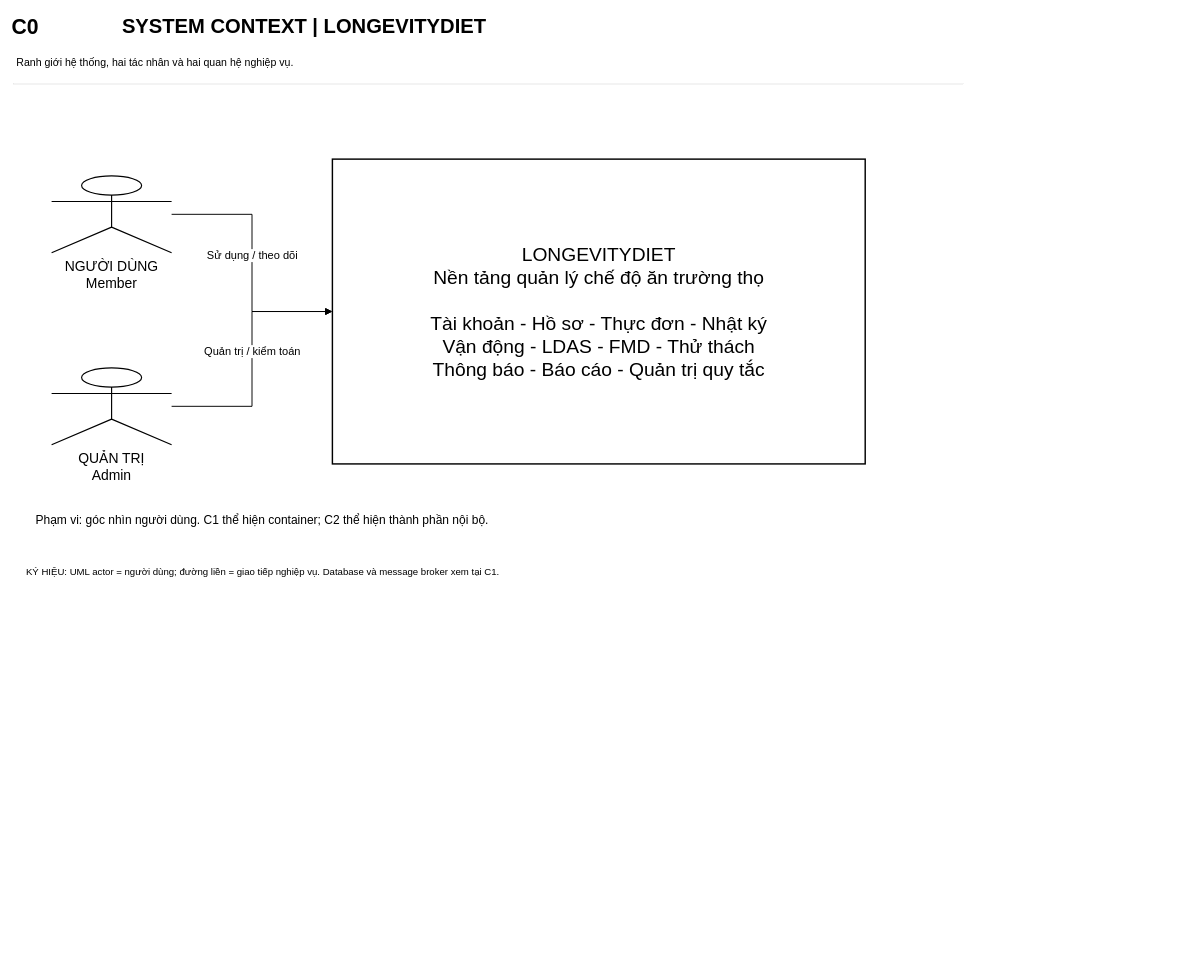
Above: docs/assignment/one-page/C0.drawio in YAHsaveme/FPTUSE_LongevityDiet (draw.io), before the change. Source tidied: cells renumbered, new cells numbered last; positions are measured from the earlier drawing's top-left corner, leaving out a move shared by most shapes. Both pictures are drawn from the tidied source at 48%, with x=0, y=0 at pixel (8, 8).
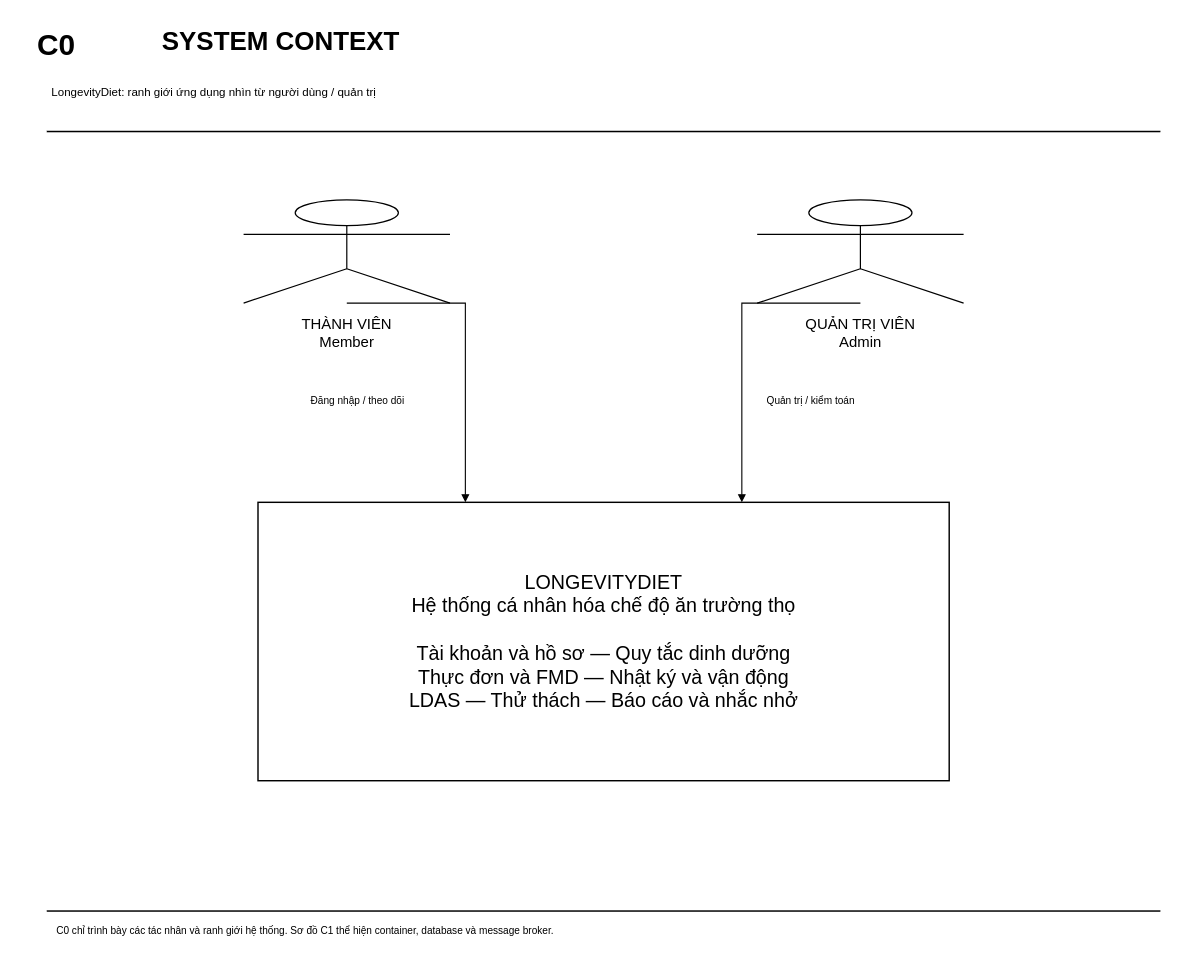
The same diagram, later.

Change to the diagram source:
```diff
@@
 <mxGraphModel>
   <root>
     <mxCell id="0" />
     <mxCell id="1" parent="0" />
+    <mxCell id="13" style="html=1;whiteSpace=wrap;rounded=0;strokeColor=#000000;strokeWidth=1.8;fillColor=#FFFFFF;fontColor=#000000;fontFamily=Arial;fontSize=27;align=center;verticalAlign=middle;spacing=10;fillColor=#000000;strokeWidth=0;" parent="1" vertex="1">
+      <mxGeometry x="80" y="255" width="2320" height="3" as="geometry" />
+    </mxCell>
+    <mxCell id="14" style="html=1;whiteSpace=wrap;rounded=0;strokeColor=#000000;strokeWidth=1.8;fillColor=#FFFFFF;fontColor=#000000;fontFamily=Arial;fontSize=27;align=center;verticalAlign=middle;spacing=10;fillColor=#000000;strokeWidth=0;" parent="1" vertex="1">
+      <mxGeometry x="80" y="1879" width="2320" height="3" as="geometry" />
+    </mxCell>
-    <mxCell id="2" value="Sử dụng / theo dõi" style="edgeStyle=orthogonalEdgeStyle;rounded=0;jettySize=auto;html=1;strokeColor=#000000;strokeWidth=2;endArrow=block;endFill=1;endSize=10;fontColor=#000000;fontFamily=Arial;fontSize=23;labelBackgroundColor=#FFFFFF;align=center;verticalAlign=middle;exitX=1;exitY=0.5;entryX=0;entryY=0.5;" parent="1" edge="1" source="8" target="10">
-      <mxGeometry relative="1" as="geometry">
-        <mxPoint y="-16" as="offset" />
-      </mxGeometry>
+    <mxCell id="2" style="edgeStyle=segmentEdgeStyle;orthogonal=1;rounded=0;html=1;strokeColor=#000000;strokeWidth=2.3;startArrow=none;endArrow=block;endFill=1;endSize=11;exitX=0.5;exitY=1;exitPerimeter=0;entryX=0.3;entryY=0;entryPerimeter=0;" parent="1" edge="1" source="8" target="10">
+      <mxGeometry relative="1" as="geometry" />
     </mxCell>
-    <mxCell id="3" value="Quản trị / kiểm toán" style="edgeStyle=orthogonalEdgeStyle;rounded=0;jettySize=auto;html=1;strokeColor=#000000;strokeWidth=2;endArrow=block;endFill=1;endSize=10;fontColor=#000000;fontFamily=Arial;fontSize=23;labelBackgroundColor=#FFFFFF;align=center;verticalAlign=middle;exitX=1;exitY=0.5;entryX=0;entryY=0.5;" parent="1" edge="1" source="9" target="10">
-      <mxGeometry relative="1" as="geometry">
-        <mxPoint y="-16" as="offset" />
-      </mxGeometry>
-    </mxCell>
+    <mxCell id="15" style="edgeStyle=segmentEdgeStyle;orthogonal=1;rounded=0;html=1;strokeColor=#000000;strokeWidth=2.3;startArrow=none;endArrow=block;endFill=1;endSize=11;exitX=0.5;exitY=1;exitPerimeter=0;entryX=0.7;entryY=0;entryPerimeter=0;" parent="1" edge="1" source="9" target="10">
+      <mxGeometry relative="1" as="geometry" />
+    </mxCell>
-    <mxCell id="4" value="C0" style="rounded=0;html=1;whiteSpace=wrap;strokeColor=#000000;strokeWidth=1.6;fillColor=#FFFFFF;fontColor=#000000;fontFamily=Arial;fontSize=44;fontStyle=1;verticalAlign=middle;align=left;spacing=7;text;strokeColor=none;fillColor=none;" parent="1" vertex="1">
-      <mxGeometry width="210" height="70" as="geometry" />
+    <mxCell id="4" value="C0" style="html=1;whiteSpace=wrap;rounded=0;strokeColor=#000000;strokeWidth=1.8;fillColor=#FFFFFF;fontColor=#000000;fontFamily=Arial;fontSize=62;align=center;verticalAlign=middle;spacing=10;fontStyle=1;text;strokeColor=none;fillColor=none;align=left;" parent="1" vertex="1">
+      <mxGeometry x="50" y="24" width="240" height="100" as="geometry" />
     </mxCell>
-    <mxCell id="5" value="SYSTEM CONTEXT | LONGEVITYDIET" style="rounded=0;html=1;whiteSpace=wrap;strokeColor=#000000;strokeWidth=1.6;fillColor=#FFFFFF;fontColor=#000000;fontFamily=Arial;fontSize=42;fontStyle=1;verticalAlign=middle;align=left;spacing=7;text;strokeColor=none;fillColor=none;" parent="1" vertex="1">
-      <mxGeometry x="230" y="1" width="1750" height="75" as="geometry" />
-    </mxCell>
-    <mxCell id="6" value="Ranh giới hệ thống, hai tác nhân và hai quan hệ nghiệp vụ." style="rounded=0;html=1;whiteSpace=wrap;strokeColor=#000000;strokeWidth=1.6;fillColor=#FFFFFF;fontColor=#000000;fontFamily=Arial;fontSize=22;fontStyle=0;verticalAlign=middle;align=left;spacing=7;text;strokeColor=none;fillColor=none;" parent="1" vertex="1">
-      <mxGeometry x="10" y="89" width="1975" height="51" as="geometry" />
-    </mxCell>
-    <mxCell id="7" style="rounded=0;html=1;whiteSpace=wrap;strokeColor=#000000;strokeWidth=0;fillColor=#FFFFFF;fontColor=#000000;fontFamily=Arial;fontSize=22;fontStyle=0;verticalAlign=middle;align=center;spacing=7;" parent="1" vertex="1">
-      <mxGeometry x="10" y="156" width="1980" height="3" as="geometry" />
-    </mxCell>
+    <mxCell id="16" value="SYSTEM CONTEXT" style="html=1;whiteSpace=wrap;rounded=0;strokeColor=#000000;strokeWidth=1.8;fillColor=#FFFFFF;fontColor=#000000;fontFamily=Arial;fontSize=54;align=center;verticalAlign=middle;spacing=10;fontStyle=1;text;strokeColor=none;fillColor=none;align=left;" parent="1" vertex="1">
+      <mxGeometry x="310" y="22" width="2120" height="96" as="geometry" />
+    </mxCell>
+    <mxCell id="17" value="LongevityDiet: ranh giới ứng dụng nhìn từ người dùng / quản trị" style="html=1;whiteSpace=wrap;rounded=0;strokeColor=#000000;strokeWidth=1.8;fillColor=#FFFFFF;fontColor=#000000;fontFamily=Arial;fontSize=24;align=center;verticalAlign=middle;spacing=10;text;strokeColor=none;fillColor=none;align=left;" parent="1" vertex="1">
+      <mxGeometry x="80" y="145" width="2320" height="75" as="geometry" />
+    </mxCell>
-    <mxCell id="8" value="NGƯỜI DÙNG&lt;br/&gt;Member" style="rounded=0;html=1;whiteSpace=wrap;strokeColor=#000000;strokeWidth=2.4;fillColor=#FFFFFF;fontColor=#000000;fontFamily=Arial;fontSize=29;fontStyle=0;verticalAlign=middle;align=center;spacing=7;shape=umlActor;labelPosition=center;verticalLabelPosition=bottom;verticalAlign=top;" parent="1" vertex="1">
-      <mxGeometry x="90" y="349" width="250" height="160" as="geometry" />
+    <mxCell id="8" value="THÀNH VIÊN&lt;br/&gt;Member" style="html=1;whiteSpace=wrap;rounded=0;strokeColor=#000000;strokeWidth=2.5;fillColor=#FFFFFF;fontColor=#000000;fontFamily=Arial;fontSize=31;align=center;verticalAlign=middle;spacing=10;shape=umlActor;labelPosition=center;verticalLabelPosition=bottom;verticalAlign=top;spacingTop=10;" parent="1" vertex="1">
+      <mxGeometry x="490" y="399" width="430" height="215" as="geometry" />
     </mxCell>
-    <mxCell id="9" value="QUẢN TRỊ&lt;br/&gt;Admin" style="rounded=0;html=1;whiteSpace=wrap;strokeColor=#000000;strokeWidth=2.4;fillColor=#FFFFFF;fontColor=#000000;fontFamily=Arial;fontSize=29;fontStyle=0;verticalAlign=middle;align=center;spacing=7;shape=umlActor;labelPosition=center;verticalLabelPosition=bottom;verticalAlign=top;" parent="1" vertex="1">
-      <mxGeometry x="90" y="749" width="250" height="160" as="geometry" />
+    <mxCell id="9" value="QUẢN TRỊ VIÊN&lt;br/&gt;Admin" style="html=1;whiteSpace=wrap;rounded=0;strokeColor=#000000;strokeWidth=2.5;fillColor=#FFFFFF;fontColor=#000000;fontFamily=Arial;fontSize=31;align=center;verticalAlign=middle;spacing=10;shape=umlActor;labelPosition=center;verticalLabelPosition=bottom;verticalAlign=top;spacingTop=10;" parent="1" vertex="1">
+      <mxGeometry x="1560" y="399" width="430" height="215" as="geometry" />
     </mxCell>
-    <mxCell id="10" value="LONGEVITYDIET&lt;br/&gt;Nền tảng quản lý chế độ ăn trường thọ&lt;br/&gt;&lt;br/&gt;Tài khoản - Hồ sơ - Thực đơn - Nhật ký&lt;br/&gt;Vận động - LDAS - FMD - Thử thách&lt;br/&gt;Thông báo - Báo cáo - Quản trị quy tắc" style="rounded=0;html=1;whiteSpace=wrap;strokeColor=#000000;strokeWidth=3;fillColor=#FFFFFF;fontColor=#000000;fontFamily=Arial;fontSize=40;fontStyle=0;verticalAlign=middle;align=center;spacing=7;" parent="1" vertex="1">
-      <mxGeometry x="675" y="314" width="1110" height="635" as="geometry" />
+    <mxCell id="10" value="LONGEVITYDIET&lt;br/&gt;Hệ thống cá nhân hóa chế độ ăn trường thọ&lt;br/&gt;&lt;br/&gt;Tài khoản và hồ sơ — Quy tắc dinh dưỡng&lt;br/&gt;Thực đơn và FMD — Nhật ký và vận động&lt;br/&gt;LDAS — Thử thách — Báo cáo và nhắc nhở" style="html=1;whiteSpace=wrap;rounded=0;strokeColor=#000000;strokeWidth=3;fillColor=#FFFFFF;fontColor=#000000;fontFamily=Arial;fontSize=41;align=center;verticalAlign=middle;spacing=10;" parent="1" vertex="1">
+      <mxGeometry x="520" y="1029" width="1440" height="580" as="geometry" />
     </mxCell>
-    <mxCell id="11" value="Phạm vi: góc nhìn người dùng. C1 thể hiện container; C2 thể hiện thành phần nội bộ." style="rounded=0;html=1;whiteSpace=wrap;strokeColor=#000000;strokeWidth=1.6;fillColor=#FFFFFF;fontColor=#000000;fontFamily=Arial;fontSize=25;fontStyle=0;verticalAlign=middle;align=left;spacing=7;text;strokeColor=none;fillColor=none;" parent="1" vertex="1">
-      <mxGeometry x="50" y="1039" width="1880" height="105" as="geometry" />
-    </mxCell>
+    <mxCell id="18" value="Đăng nhập / theo dõi" style="html=1;whiteSpace=wrap;rounded=0;strokeColor=#000000;strokeWidth=1.8;fillColor=#FFFFFF;fontColor=#000000;fontFamily=Arial;fontSize=21;align=center;verticalAlign=middle;spacing=10;text;strokeColor=none;fillColor=none;align=left;" parent="1" vertex="1">
+      <mxGeometry x="620" y="789" width="300" height="45" as="geometry" />
+    </mxCell>
+    <mxCell id="3" value="Quản trị / kiểm toán" style="html=1;whiteSpace=wrap;rounded=0;strokeColor=#000000;strokeWidth=1.8;fillColor=#FFFFFF;fontColor=#000000;fontFamily=Arial;fontSize=21;align=center;verticalAlign=middle;spacing=10;text;strokeColor=none;fillColor=none;align=left;" parent="1" vertex="1">
+      <mxGeometry x="1570" y="789" width="300" height="45" as="geometry" />
+    </mxCell>
-    <mxCell id="12" value="KÝ HIỆU: UML actor = người dùng; đường liền = giao tiếp nghiệp vụ. Database và message broker xem tại C1." style="rounded=0;html=1;whiteSpace=wrap;strokeColor=#000000;strokeWidth=1.6;fillColor=#FFFFFF;fontColor=#000000;fontFamily=Arial;fontSize=20;fontStyle=0;verticalAlign=middle;align=left;spacing=7;text;strokeColor=none;fillColor=none;" parent="1" vertex="1">
-      <mxGeometry x="30" y="1149" width="1940" height="72" as="geometry" />
+    <mxCell id="12" value="C0 chỉ trình bày các tác nhân và ranh giới hệ thống. Sơ đồ C1 thể hiện container, database và message broker." style="html=1;whiteSpace=wrap;rounded=0;strokeColor=#000000;strokeWidth=1.8;fillColor=#FFFFFF;fontColor=#000000;fontFamily=Arial;fontSize=21;align=center;verticalAlign=middle;spacing=10;text;strokeColor=none;fillColor=none;align=left;" parent="1" vertex="1">
+      <mxGeometry x="90" y="1894" width="2300" height="90" as="geometry" />
     </mxCell>
   </root>
 </mxGraphModel>
```
